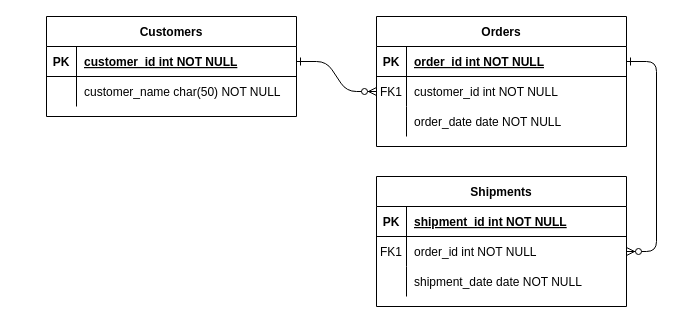
DooDoo3804/Study keeps this draw.io diagram as Plogging.drawio. Above is the earlier version. Source tidied: cells renumbered, new cells numbered last; positions are measured from the earlier drawing's top-left corner, leaving out a move shared by most shapes. Both pictures are drawn from the tidied source at 100%, with x=0, y=0 at pixel (46, 16).
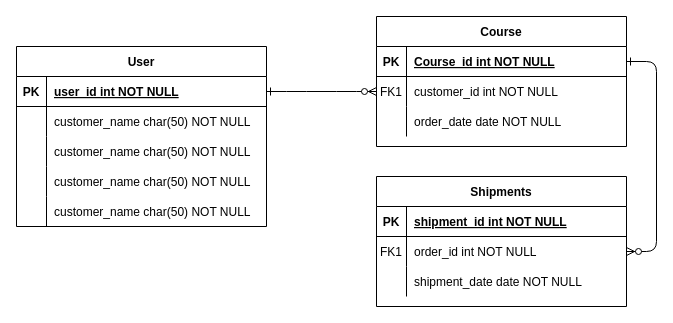
The same diagram, later.

The change refers to these unchanged cells:
```xml
<mxCell id="5" style="shape=partialRectangle;fillColor=none;points=[[0,0.5],[1,0.5]];portConstraint=eastwest;top=0;left=0;right=0;bottom=1;" parent="4" vertex="1">
  <mxGeometry y="30" width="250" height="30" as="geometry" />
</mxCell>
<mxCell id="25" style="shape=partialRectangle;fillColor=none;points=[[0,0.5],[1,0.5]];portConstraint=eastwest;top=0;left=0;right=0;bottom=1;" parent="24" vertex="1">
  <mxGeometry y="30" width="250" height="30" as="geometry" />
</mxCell>
```

The edit, as a diff of the source:
```diff
@@
-    <mxCell id="4" value="Orders" style="shape=table;startSize=30;childLayout=tableLayout;rowLines=0;fontStyle=1;align=center;" parent="1" vertex="1">
+    <mxCell id="4" value="Course" style="shape=table;startSize=30;childLayout=tableLayout;rowLines=0;fontStyle=1;align=center;" parent="1" vertex="1">
       <mxGeometry x="330" width="250" height="130" as="geometry" />
     </mxCell>
@@
-    <mxCell id="7" value="order_id int NOT NULL " style="shape=partialRectangle;overflow=hidden;fillColor=none;top=0;left=0;bottom=0;right=0;align=left;spacingLeft=6;fontStyle=5;" parent="5" vertex="1">
+    <mxCell id="7" value="Course_id int NOT NULL " style="shape=partialRectangle;overflow=hidden;fillColor=none;top=0;left=0;bottom=0;right=0;align=left;spacingLeft=6;fontStyle=5;" parent="5" vertex="1">
       <mxGeometry x="30" width="220" height="30" as="geometry" />
     </mxCell>
@@
-    <mxCell id="24" value="Customers" style="shape=table;startSize=30;childLayout=tableLayout;rowLines=0;fontStyle=1;align=center;" parent="1" vertex="1">
-      <mxGeometry width="250" height="100" as="geometry" />
+    <mxCell id="24" value="User" style="shape=table;startSize=30;childLayout=tableLayout;rowLines=0;fontStyle=1;align=center;" parent="1" vertex="1">
+      <mxGeometry x="-30" y="30" width="250" height="180" as="geometry" />
     </mxCell>
@@
-    <mxCell id="27" value="customer_id int NOT NULL " style="shape=partialRectangle;overflow=hidden;fillColor=none;top=0;left=0;bottom=0;right=0;align=left;spacingLeft=6;fontStyle=5;" parent="25" vertex="1">
+    <mxCell id="27" value="user_id int NOT NULL " style="shape=partialRectangle;overflow=hidden;fillColor=none;top=0;left=0;bottom=0;right=0;align=left;spacingLeft=6;fontStyle=5;" parent="25" vertex="1">
       <mxGeometry x="30" width="220" height="30" as="geometry" />
     </mxCell>
@@
+    <mxCell id="31" style="shape=partialRectangle;fillColor=none;top=0;left=0;right=0;bottom=0;" parent="24" vertex="1">
+      <mxGeometry y="90" width="250" height="30" as="geometry" />
+    </mxCell>
+    <mxCell id="32" style="shape=partialRectangle;overflow=hidden;fillColor=none;top=0;left=0;bottom=0;right=0;" parent="31" vertex="1">
+      <mxGeometry width="30" height="30" as="geometry" />
+    </mxCell>
+    <mxCell id="33" value="customer_name char(50) NOT NULL" style="shape=partialRectangle;overflow=hidden;fillColor=none;top=0;left=0;bottom=0;right=0;align=left;spacingLeft=6;" parent="31" vertex="1">
+      <mxGeometry x="30" width="220" height="30" as="geometry" />
+    </mxCell>
+    <mxCell id="34" style="shape=partialRectangle;fillColor=none;top=0;left=0;right=0;bottom=0;" parent="24" vertex="1">
+      <mxGeometry y="120" width="250" height="30" as="geometry" />
+    </mxCell>
+    <mxCell id="35" style="shape=partialRectangle;overflow=hidden;fillColor=none;top=0;left=0;bottom=0;right=0;" parent="34" vertex="1">
+      <mxGeometry width="30" height="30" as="geometry" />
+    </mxCell>
+    <mxCell id="36" value="customer_name char(50) NOT NULL" style="shape=partialRectangle;overflow=hidden;fillColor=none;top=0;left=0;bottom=0;right=0;align=left;spacingLeft=6;" parent="34" vertex="1">
+      <mxGeometry x="30" width="220" height="30" as="geometry" />
+    </mxCell>
+    <mxCell id="37" style="shape=partialRectangle;fillColor=none;top=0;left=0;right=0;bottom=0;" parent="24" vertex="1">
+      <mxGeometry y="150" width="250" height="30" as="geometry" />
+    </mxCell>
+    <mxCell id="38" style="shape=partialRectangle;overflow=hidden;fillColor=none;top=0;left=0;bottom=0;right=0;" parent="37" vertex="1">
+      <mxGeometry width="30" height="30" as="geometry" />
+    </mxCell>
+    <mxCell id="39" value="customer_name char(50) NOT NULL" style="shape=partialRectangle;overflow=hidden;fillColor=none;top=0;left=0;bottom=0;right=0;align=left;spacingLeft=6;" parent="37" vertex="1">
+      <mxGeometry x="30" width="220" height="30" as="geometry" />
+    </mxCell>
```
